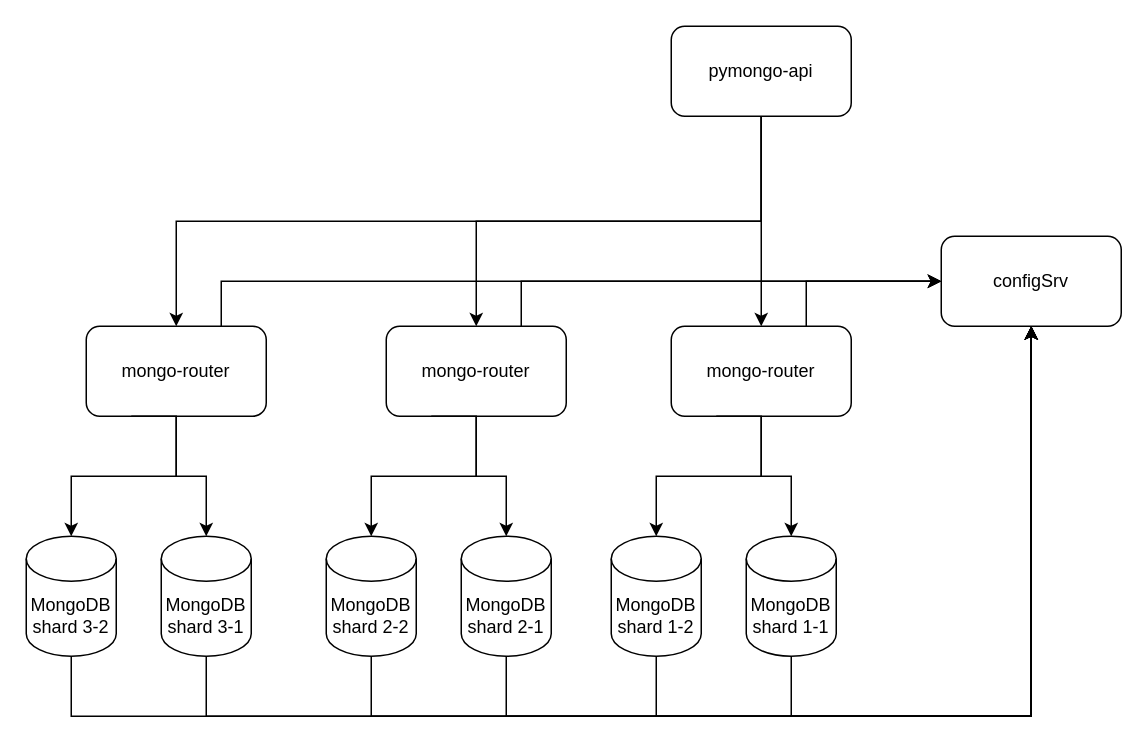
This is scheme1(shards).drawio from mEssiaHofDarK/practicum_arch_sprint_4, a draw.io file, before an edit. Source tidied: cells renumbered, new cells numbered last; positions are measured from the earlier drawing's top-left corner, leaving out a move shared by most shapes. Both pictures are drawn from the tidied source at 150%, with x=0, y=0 at pixel (26, 26).
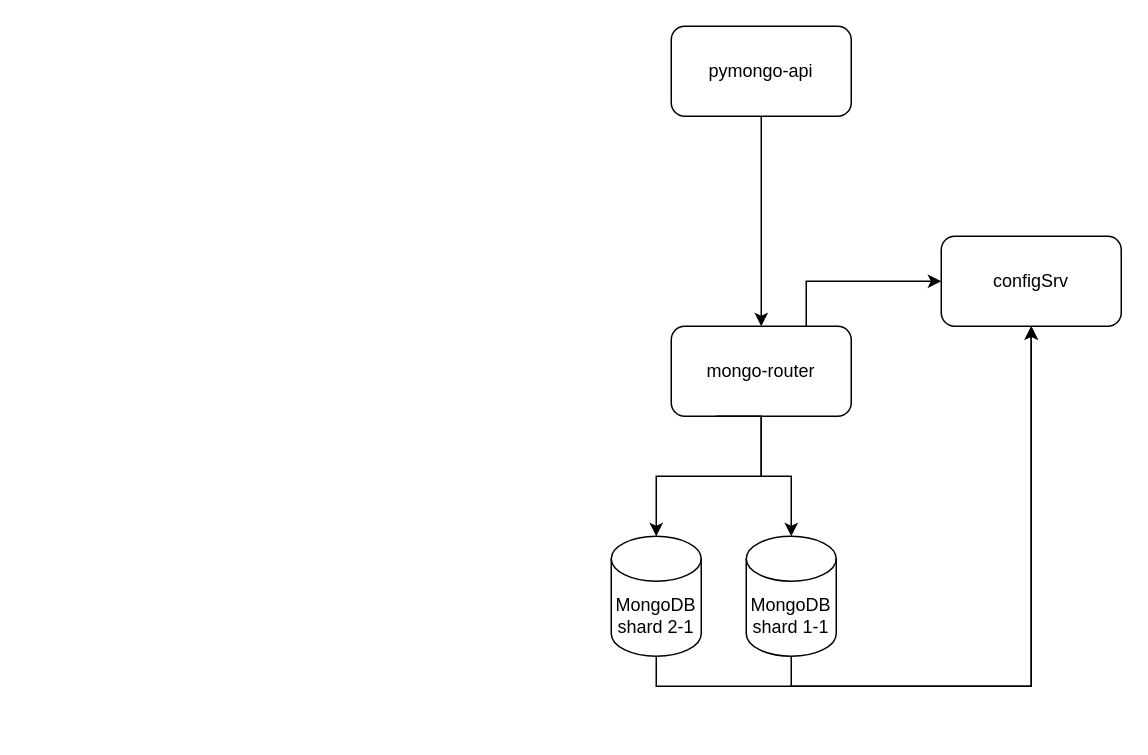
The same page after the edit.

The change refers to these unchanged cells:
```xml
<mxCell id="2" value="MongoDB shard 1-1" style="shape=cylinder3;whiteSpace=wrap;html=1;boundedLbl=1;backgroundOutline=1;size=15;" parent="1" vertex="1">
  <mxGeometry x="480" y="340" width="60" height="80" as="geometry" />
</mxCell>
<mxCell id="5" value="pymongo-api" style="rounded=1;whiteSpace=wrap;html=1;" parent="1" vertex="1">
  <mxGeometry x="430" width="120" height="60" as="geometry" />
</mxCell>
<mxCell id="12" value="configSrv" style="rounded=1;whiteSpace=wrap;html=1;" parent="1" vertex="1">
  <mxGeometry x="610" y="140" width="120" height="60" as="geometry" />
</mxCell>
```

What changed in the source:
```diff
@@
+    <mxCell id="13" style="edgeStyle=orthogonalEdgeStyle;rounded=0;jettySize=auto;html=1;exitX=0.5;exitY=1;exitDx=0;exitDy=0;exitPerimeter=0;entryX=0.5;entryY=1;entryDx=0;entryDy=0;" parent="1" edge="1" source="2" target="12">
+      <mxGeometry relative="1" as="geometry" />
+    </mxCell>
@@
-    <mxCell id="3" style="edgeStyle=orthogonalEdgeStyle;rounded=0;jettySize=auto;html=1;exitX=0.5;exitY=1;exitDx=0;exitDy=0;entryX=0.5;entryY=0;entryDx=0;entryDy=0;" parent="1" edge="1" source="5" target="20">
-      <mxGeometry relative="1" as="geometry" />
-    </mxCell>
-    <mxCell id="4" style="edgeStyle=orthogonalEdgeStyle;rounded=0;jettySize=auto;html=1;exitX=0.5;exitY=1;exitDx=0;exitDy=0;entryX=0.5;entryY=0;entryDx=0;entryDy=0;" parent="1" edge="1" source="5" target="29">
-      <mxGeometry relative="1" as="geometry" />
-    </mxCell>
@@
     <mxCell id="7" style="edgeStyle=orthogonalEdgeStyle;rounded=0;jettySize=auto;html=1;exitX=0.5;exitY=1;exitDx=0;exitDy=0;exitPerimeter=0;entryX=0.5;entryY=1;entryDx=0;entryDy=0;" parent="1" edge="1" source="8" target="12">
-      <mxGeometry relative="1" as="geometry">
-        <Array as="points">
-          <mxPoint x="420" y="460" />
-          <mxPoint x="670" y="460" />
-        </Array>
-      </mxGeometry>
+      <mxGeometry relative="1" as="geometry" />
     </mxCell>
-    <mxCell id="8" value="MongoDB shard 1-2" style="shape=cylinder3;whiteSpace=wrap;html=1;boundedLbl=1;backgroundOutline=1;size=15;" parent="1" vertex="1">
+    <mxCell id="8" value="MongoDB shard 2-1" style="shape=cylinder3;whiteSpace=wrap;html=1;boundedLbl=1;backgroundOutline=1;size=15;" parent="1" vertex="1">
       <mxGeometry x="390" y="340" width="60" height="80" as="geometry" />
     </mxCell>
@@
-    <mxCell id="13" style="edgeStyle=orthogonalEdgeStyle;rounded=0;jettySize=auto;html=1;entryX=0.5;entryY=1;entryDx=0;entryDy=0;exitX=0.5;exitY=1;exitDx=0;exitDy=0;exitPerimeter=0;" parent="1" edge="1" source="2" target="12">
-      <mxGeometry relative="1" as="geometry">
-        <Array as="points">
-          <mxPoint x="510" y="460" />
-          <mxPoint x="670" y="460" />
-        </Array>
-      </mxGeometry>
-    </mxCell>
@@
-    <mxCell id="15" value="MongoDB shard 2-1" style="shape=cylinder3;whiteSpace=wrap;html=1;boundedLbl=1;backgroundOutline=1;size=15;" parent="1" vertex="1">
-      <mxGeometry x="290" y="340" width="60" height="80" as="geometry" />
-    </mxCell>
-    <mxCell id="16" style="edgeStyle=orthogonalEdgeStyle;rounded=0;jettySize=auto;html=1;exitX=0.5;exitY=1;exitDx=0;exitDy=0;entryX=0.5;entryY=0;entryDx=0;entryDy=0;entryPerimeter=0;" parent="1" edge="1" source="20" target="15">
-      <mxGeometry relative="1" as="geometry" />
-    </mxCell>
-    <mxCell id="17" style="edgeStyle=orthogonalEdgeStyle;rounded=0;jettySize=auto;html=1;exitX=0.5;exitY=1;exitDx=0;exitDy=0;exitPerimeter=0;" parent="1" edge="1" source="18">
-      <mxGeometry relative="1" as="geometry">
-        <mxPoint x="670" y="200" as="targetPoint" />
-        <Array as="points">
-          <mxPoint x="230" y="460" />
-          <mxPoint x="670" y="460" />
-        </Array>
-      </mxGeometry>
-    </mxCell>
-    <mxCell id="18" value="MongoDB shard 2-2" style="shape=cylinder3;whiteSpace=wrap;html=1;boundedLbl=1;backgroundOutline=1;size=15;" parent="1" vertex="1">
-      <mxGeometry x="200" y="340" width="60" height="80" as="geometry" />
-    </mxCell>
-    <mxCell id="19" style="edgeStyle=orthogonalEdgeStyle;rounded=0;jettySize=auto;html=1;exitX=0.75;exitY=0;exitDx=0;exitDy=0;entryX=0;entryY=0.5;entryDx=0;entryDy=0;" parent="1" edge="1" source="20" target="12">
-      <mxGeometry relative="1" as="geometry" />
-    </mxCell>
-    <mxCell id="20" value="mongo-router" style="rounded=1;whiteSpace=wrap;html=1;" parent="1" vertex="1">
-      <mxGeometry x="240" y="200" width="120" height="60" as="geometry" />
-    </mxCell>
-    <mxCell id="21" style="edgeStyle=orthogonalEdgeStyle;rounded=0;jettySize=auto;html=1;exitX=0.5;exitY=1;exitDx=0;exitDy=0;exitPerimeter=0;" parent="1" edge="1" source="15">
-      <mxGeometry relative="1" as="geometry">
-        <mxPoint x="670" y="200" as="targetPoint" />
-        <Array as="points">
-          <mxPoint x="320" y="460" />
-          <mxPoint x="670" y="460" />
-        </Array>
-      </mxGeometry>
-    </mxCell>
-    <mxCell id="22" style="edgeStyle=orthogonalEdgeStyle;rounded=0;jettySize=auto;html=1;exitX=0.25;exitY=1;exitDx=0;exitDy=0;entryX=0.5;entryY=0;entryDx=0;entryDy=0;entryPerimeter=0;" parent="1" edge="1" source="20" target="18">
-      <mxGeometry relative="1" as="geometry">
-        <Array as="points">
-          <mxPoint x="300" y="260" />
-          <mxPoint x="300" y="300" />
-          <mxPoint x="230" y="300" />
-        </Array>
-      </mxGeometry>
-    </mxCell>
-    <mxCell id="23" style="edgeStyle=orthogonalEdgeStyle;rounded=0;jettySize=auto;html=1;exitX=0.5;exitY=1;exitDx=0;exitDy=0;exitPerimeter=0;entryX=0.5;entryY=1;entryDx=0;entryDy=0;" parent="1" edge="1" source="24" target="12">
-      <mxGeometry relative="1" as="geometry">
-        <Array as="points">
-          <mxPoint x="120" y="460" />
-          <mxPoint x="670" y="460" />
-        </Array>
-      </mxGeometry>
-    </mxCell>
-    <mxCell id="24" value="MongoDB shard 3-1" style="shape=cylinder3;whiteSpace=wrap;html=1;boundedLbl=1;backgroundOutline=1;size=15;" parent="1" vertex="1">
-      <mxGeometry x="90" y="340" width="60" height="80" as="geometry" />
-    </mxCell>
-    <mxCell id="25" style="edgeStyle=orthogonalEdgeStyle;rounded=0;jettySize=auto;html=1;exitX=0.5;exitY=1;exitDx=0;exitDy=0;entryX=0.5;entryY=0;entryDx=0;entryDy=0;entryPerimeter=0;" parent="1" edge="1" source="29" target="24">
-      <mxGeometry relative="1" as="geometry" />
-    </mxCell>
-    <mxCell id="26" style="edgeStyle=orthogonalEdgeStyle;rounded=0;jettySize=auto;html=1;exitX=0.5;exitY=1;exitDx=0;exitDy=0;exitPerimeter=0;entryX=0.5;entryY=1;entryDx=0;entryDy=0;" parent="1" edge="1" source="27" target="12">
-      <mxGeometry relative="1" as="geometry">
-        <Array as="points">
-          <mxPoint x="30" y="460" />
-          <mxPoint x="670" y="460" />
-        </Array>
-      </mxGeometry>
-    </mxCell>
-    <mxCell id="27" value="MongoDB shard 3-2" style="shape=cylinder3;whiteSpace=wrap;html=1;boundedLbl=1;backgroundOutline=1;size=15;" parent="1" vertex="1">
-      <mxGeometry y="340" width="60" height="80" as="geometry" />
-    </mxCell>
-    <mxCell id="28" style="edgeStyle=orthogonalEdgeStyle;rounded=0;jettySize=auto;html=1;exitX=0.75;exitY=0;exitDx=0;exitDy=0;entryX=0;entryY=0.5;entryDx=0;entryDy=0;" parent="1" edge="1" source="29" target="12">
-      <mxGeometry relative="1" as="geometry" />
-    </mxCell>
-    <mxCell id="29" value="mongo-router" style="rounded=1;whiteSpace=wrap;html=1;" parent="1" vertex="1">
-      <mxGeometry x="40" y="200" width="120" height="60" as="geometry" />
-    </mxCell>
-    <mxCell id="30" style="edgeStyle=orthogonalEdgeStyle;rounded=0;jettySize=auto;html=1;exitX=0.25;exitY=1;exitDx=0;exitDy=0;entryX=0.5;entryY=0;entryDx=0;entryDy=0;entryPerimeter=0;" parent="1" edge="1" source="29" target="27">
-      <mxGeometry relative="1" as="geometry">
-        <Array as="points">
-          <mxPoint x="100" y="260" />
-          <mxPoint x="100" y="300" />
-          <mxPoint x="30" y="300" />
-        </Array>
-      </mxGeometry>
-    </mxCell>
```
